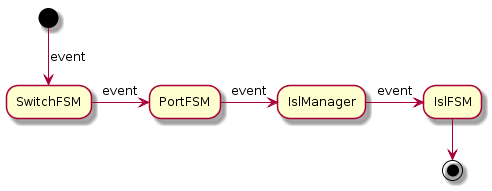
The PlantUML diagram docs/design/network-discovery/workflow.png in telstra/open-kilda, before a commit.
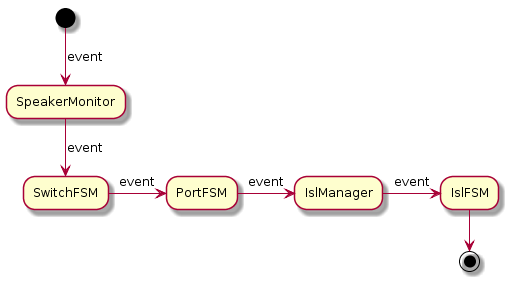
After the commit.

Diff of the diagram source:
```diff
@@ -1,5 +1,6 @@
 @startuml
-(*) -d-> [event] SwitchFSM
+(*) -d-> [event] SpeakerMonitor
+-d-> [event] SwitchFSM
 -r-> [event] PortFSM
 -r-> [event] IslManager
 -r-> [event] IslFSM
```
